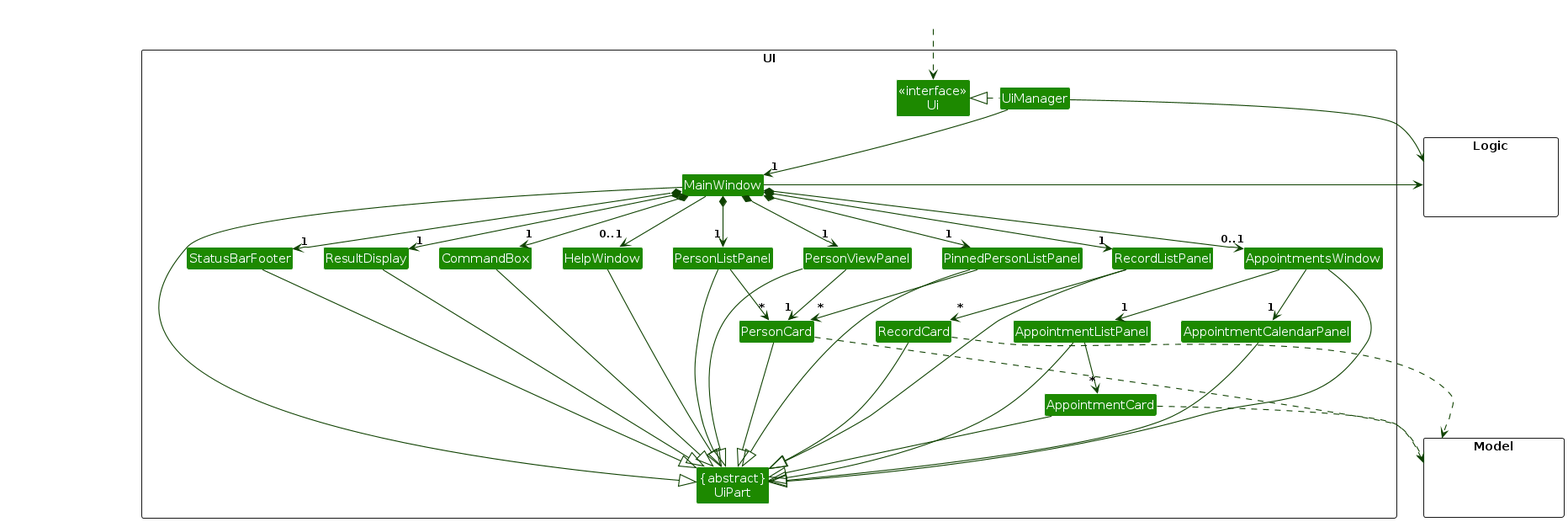
The PlantUML diagram diagrams/UiClassDiagram.png in ryanongwx/tp, before a commit. Its source is kept beside it as diagrams/UiClassDiagram.puml. The source it was exported from:
```plantuml
@startuml
!include style.puml
skinparam arrowThickness 1.1
skinparam arrowColor UI_COLOR_T4
skinparam classBackgroundColor UI_COLOR

package UI <<Rectangle>>{
Class "<<interface>>\nUi" as Ui
Class "{abstract}\nUiPart" as UiPart
Class UiManager
Class MainWindow
Class HelpWindow
Class AppointmentsWindow
Class ResultDisplay
Class PersonListPanel
Class AppointmentListPanel
Class PersonViewPanel
Class PinnedPersonListPanel
Class RecordListPanel
Class AppointmentCalendarPanel
Class PersonCard
Class RecordCard
Class AppointmentCard
Class StatusBarFooter
Class CommandBox
}

package Model <<Rectangle>> {
Class HiddenModel #FFFFFF
}

package Logic <<Rectangle>> {
Class HiddenLogic #FFFFFF
}

Class HiddenOutside #FFFFFF
HiddenOutside ..> Ui

UiManager .left.|> Ui
UiManager -down-> "1" MainWindow
MainWindow *-down->  "1" CommandBox
MainWindow *-down-> "1" ResultDisplay
MainWindow *-down-> "1" PersonListPanel
MainWindow *-down-> "1" PersonViewPanel
MainWindow *-down-> "1" RecordListPanel
MainWindow *-down-> "0..1" AppointmentsWindow
MainWindow *-down-> "1" PinnedPersonListPanel
MainWindow *-down-> "1" StatusBarFooter
MainWindow --> "0..1" HelpWindow

PersonListPanel -down-> "*" PersonCard

PersonViewPanel -down-> "1" PersonCard

PinnedPersonListPanel -down-> "*" PersonCard

RecordListPanel -down-> "*" RecordCard

AppointmentsWindow -down-> "1" AppointmentCalendarPanel

AppointmentsWindow -down-> "1" AppointmentListPanel

AppointmentListPanel -down-> "*" AppointmentCard

MainWindow -left-|> UiPart

ResultDisplay --|> UiPart
CommandBox --|> UiPart
PersonListPanel --|> UiPart
PersonCard --|> UiPart
StatusBarFooter --|> UiPart
HelpWindow --|> UiPart
PersonViewPanel --|> UiPart
PinnedPersonListPanel --|> UiPart
RecordListPanel --|> UiPart
RecordCard --|> UiPart
AppointmentsWindow --|> UiPart
AppointmentListPanel --|> UiPart
AppointmentCard --|> UiPart
AppointmentCalendarPanel --|> UiPart

PersonCard ..> Model
RecordCard ..> Model
AppointmentCard ..> Model
UiManager -right-> Logic
MainWindow -left-> Logic


PersonListPanel -[hidden]left- HelpWindow
HelpWindow -[hidden]left- CommandBox
CommandBox -[hidden]left- ResultDisplay
ResultDisplay -[hidden]left- StatusBarFooter
PinnedPersonListPanel -[hidden]left- PersonViewPanel
RecordListPanel -[hidden]left- PinnedPersonListPanel
AppointmentsWindow -[hidden]left- RecordListPanel

PersonCard -[hidden]left- RecordCard
RecordCard -[hidden]left-AppointmentCalendarPanel

MainWindow -[hidden]-|> UiPart
@enduml
```
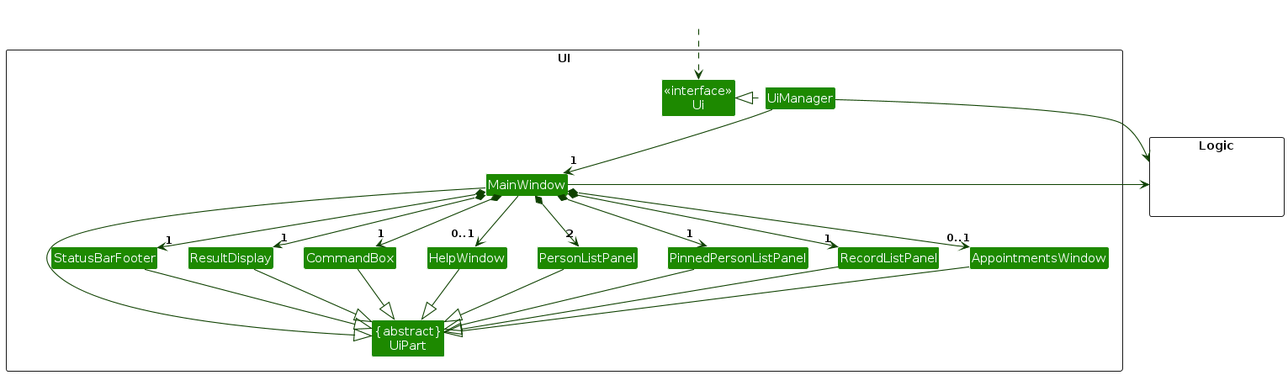
After the change.

Change to the diagram source:
```diff
@@ -13,20 +13,10 @@
 Class AppointmentsWindow
 Class ResultDisplay
 Class PersonListPanel
-Class AppointmentListPanel
-Class PersonViewPanel
 Class PinnedPersonListPanel
 Class RecordListPanel
-Class AppointmentCalendarPanel
-Class PersonCard
-Class RecordCard
-Class AppointmentCard
 Class StatusBarFooter
 Class CommandBox
-}
-
-package Model <<Rectangle>> {
-Class HiddenModel #FFFFFF
 }
 
 package Logic <<Rectangle>> {
@@ -40,48 +30,26 @@
 UiManager -down-> "1" MainWindow
 MainWindow *-down->  "1" CommandBox
 MainWindow *-down-> "1" ResultDisplay
-MainWindow *-down-> "1" PersonListPanel
-MainWindow *-down-> "1" PersonViewPanel
+MainWindow *-down-> "2" PersonListPanel
 MainWindow *-down-> "1" RecordListPanel
 MainWindow *-down-> "0..1" AppointmentsWindow
 MainWindow *-down-> "1" PinnedPersonListPanel
 MainWindow *-down-> "1" StatusBarFooter
 MainWindow --> "0..1" HelpWindow
 
-PersonListPanel -down-> "*" PersonCard
 
-PersonViewPanel -down-> "1" PersonCard
-
-PinnedPersonListPanel -down-> "*" PersonCard
-
-RecordListPanel -down-> "*" RecordCard
-
-AppointmentsWindow -down-> "1" AppointmentCalendarPanel
-
-AppointmentsWindow -down-> "1" AppointmentListPanel
-
-AppointmentListPanel -down-> "*" AppointmentCard
 
 MainWindow -left-|> UiPart
 
 ResultDisplay --|> UiPart
 CommandBox --|> UiPart
 PersonListPanel --|> UiPart
-PersonCard --|> UiPart
 StatusBarFooter --|> UiPart
 HelpWindow --|> UiPart
-PersonViewPanel --|> UiPart
 PinnedPersonListPanel --|> UiPart
 RecordListPanel --|> UiPart
-RecordCard --|> UiPart
 AppointmentsWindow --|> UiPart
-AppointmentListPanel --|> UiPart
-AppointmentCard --|> UiPart
-AppointmentCalendarPanel --|> UiPart
 
-PersonCard ..> Model
-RecordCard ..> Model
-AppointmentCard ..> Model
 UiManager -right-> Logic
 MainWindow -left-> Logic
 
@@ -90,12 +58,9 @@
 HelpWindow -[hidden]left- CommandBox
 CommandBox -[hidden]left- ResultDisplay
 ResultDisplay -[hidden]left- StatusBarFooter
-PinnedPersonListPanel -[hidden]left- PersonViewPanel
 RecordListPanel -[hidden]left- PinnedPersonListPanel
 AppointmentsWindow -[hidden]left- RecordListPanel
 
-PersonCard -[hidden]left- RecordCard
-RecordCard -[hidden]left-AppointmentCalendarPanel
 
 MainWindow -[hidden]-|> UiPart
 @enduml
```
